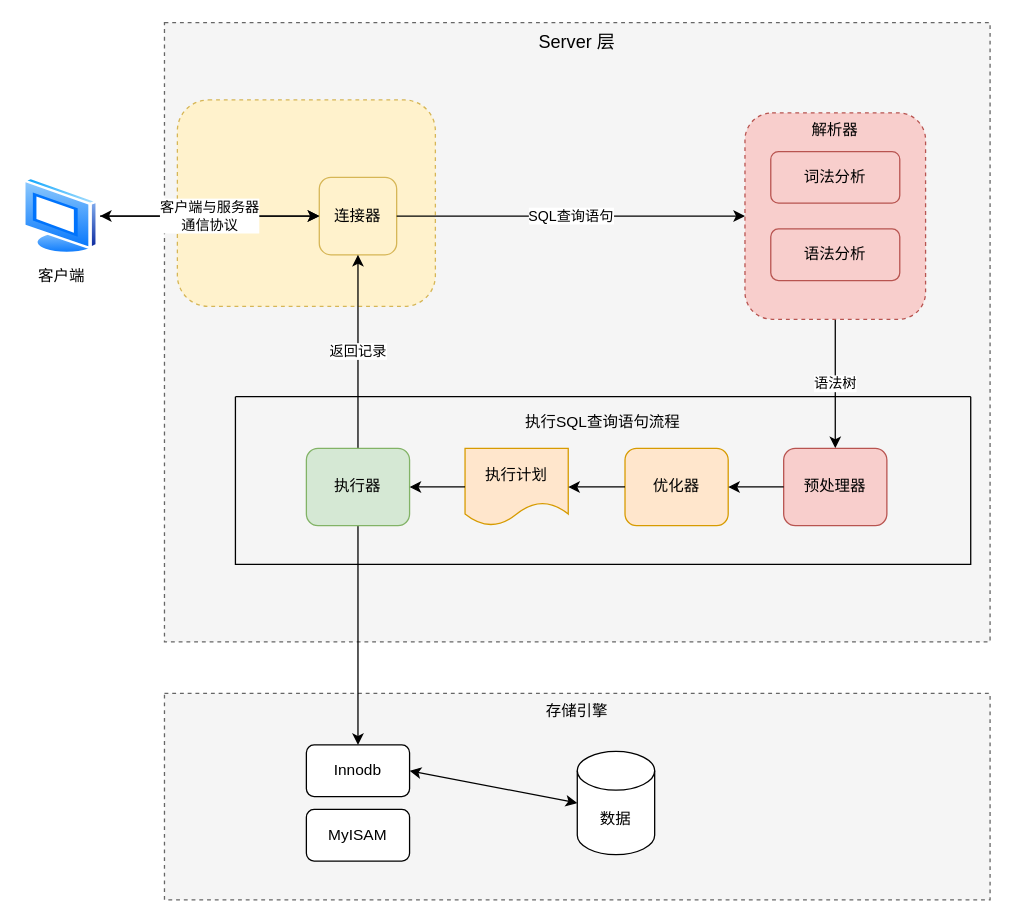
The draw.io diagram 002tech_notes/02MySQL/SQL执行流程.drawio in SubtleSpark/develop-note, before the edit. Source tidied: cells renumbered, new cells numbered last; positions are measured from the earlier drawing's top-left corner, leaving out a move shared by most shapes. Both pictures are drawn from the tidied source at 129%, with x=0, y=0 at pixel (22, 22).
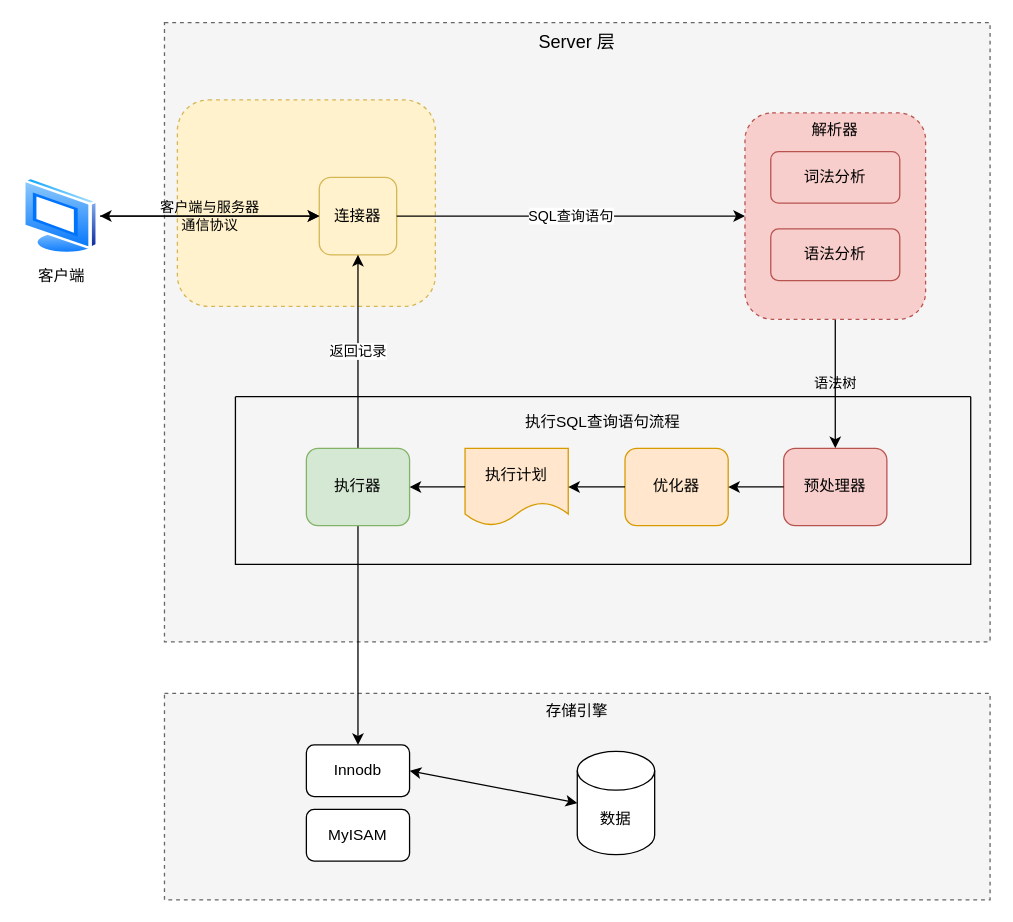
The same page after the edit.

Unchanged cells that the change refers to:
```xml
<mxCell id="4" value="客户端" style="shape=image;html=1;verticalAlign=top;verticalLabelPosition=bottom;labelBackgroundColor=default;imageAspect=0;image=img/lib/active_directory/vista_terminal.svg;perimeter=ellipsePerimeter;shadow=0;dashed=0;spacingTop=3;" parent="1" vertex="1">
  <mxGeometry y="120" width="60" height="60" as="geometry" />
</mxCell>
<mxCell id="5" value="连接器" style="rounded=1;whiteSpace=wrap;html=1;fillColor=#fff2cc;strokeColor=#d6b656;" parent="1" vertex="1">
  <mxGeometry x="230" y="120" width="60" height="60" as="geometry" />
</mxCell>
<mxCell id="18" value="解析器" style="rounded=1;whiteSpace=wrap;html=1;fillColor=#f8cecc;strokeColor=#b85450;dashed=1;verticalAlign=top;" parent="17" vertex="1">
  <mxGeometry width="140" height="160" as="geometry" />
</mxCell>
<mxCell id="22" value="预处理器" style="rounded=1;whiteSpace=wrap;html=1;fillColor=#f8cecc;strokeColor=#b85450;" parent="21" vertex="1">
  <mxGeometry x="425" y="40" width="80" height="60" as="geometry" />
</mxCell>
```

Change to the diagram source:
```diff
@@
-    <mxCell id="11" value="客户端与服务器&#10;通信协议" style="endArrow=classic;startArrow=classic;html=1;exitX=1;exitY=0.5;entryX=0;entryY=0.5;" parent="1" edge="1" source="4" target="5">
+    <mxCell id="11" value="客户端与服务器&#10;通信协议" style="endArrow=classic;startArrow=classic;html=1;exitX=1;exitY=0.5;entryX=0;entryY=0.5;labelBackgroundColor=none;" parent="1" edge="1" source="4" target="5">
       <mxGeometry relative="1" as="geometry" />
     </mxCell>
@@
-    <mxCell id="13" value="语法树" style="endArrow=classic;html=1;exitX=0.5;exitY=1;entryX=0.5;entryY=0;" parent="1" edge="1" source="18" target="22">
+    <mxCell id="13" value="语法树" style="endArrow=classic;html=1;exitX=0.5;exitY=1;entryX=0.5;entryY=0;labelBackgroundColor=none;" parent="1" edge="1" source="18" target="22">
       <mxGeometry relative="1" as="geometry" />
     </mxCell>
```
